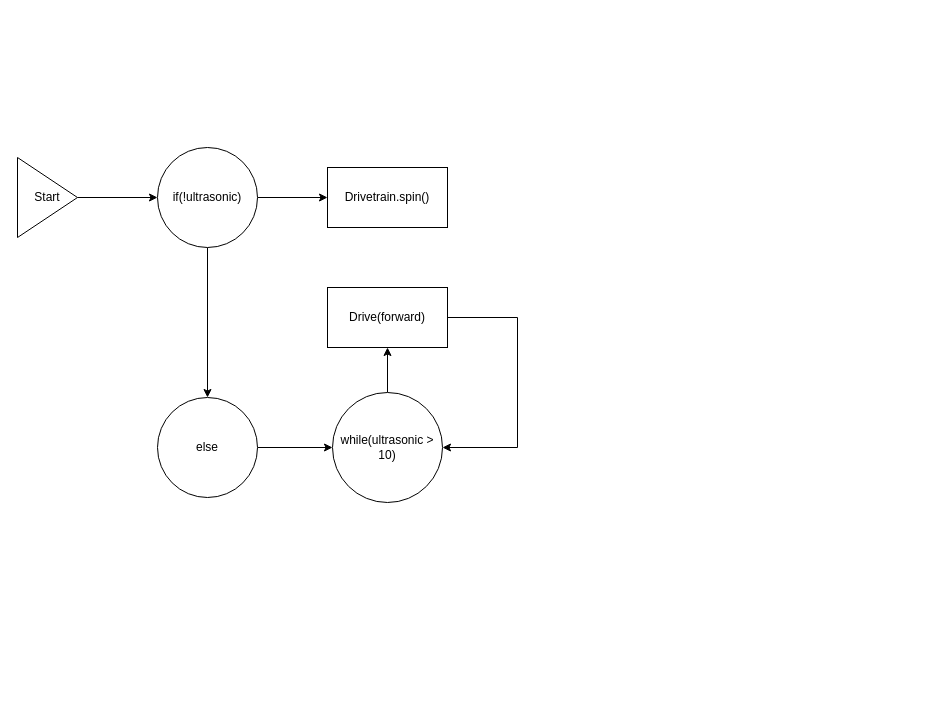
Earlier version of the draw.io diagram Lokaverk.drawio (BirgirBragi/ROB2A_V23). Source tidied: cells renumbered, new cells numbered last; positions are measured from the earlier drawing's top-left corner, leaving out a move shared by most shapes. Both pictures are drawn from the tidied source at 100%, with x=0, y=0 at pixel (17, 147).
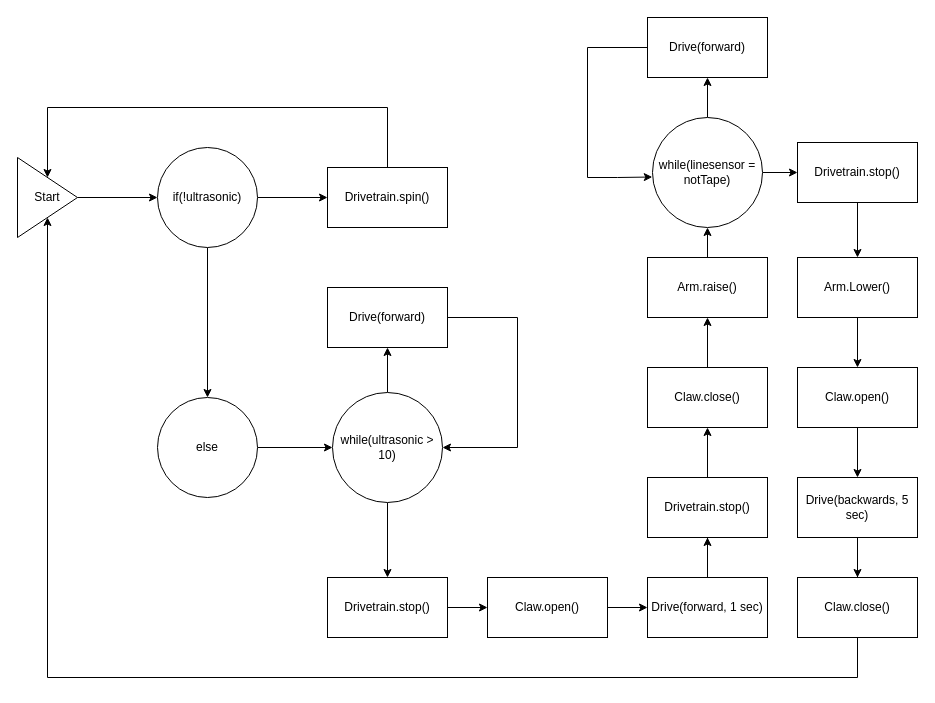
The same diagram, later.

The change refers to these unchanged cells:
```xml
<mxCell id="3" value="Start" style="triangle;whiteSpace=wrap;html=1;" parent="1" vertex="1">
  <mxGeometry y="10" width="60" height="80" as="geometry" />
</mxCell>
<mxCell id="7" value="Drivetrain.spin()" style="whiteSpace=wrap;html=1;" parent="1" vertex="1">
  <mxGeometry x="310" y="20" width="120" height="60" as="geometry" />
</mxCell>
<mxCell id="11" value="while(ultrasonic &amp;gt; 10)" style="ellipse;whiteSpace=wrap;html=1;" parent="1" vertex="1">
  <mxGeometry x="315" y="245" width="110" height="110" as="geometry" />
</mxCell>
```

Diff of the diagram source:
```diff
@@
+    <mxCell id="16" style="edgeStyle=orthogonalEdgeStyle;rounded=0;jettySize=auto;html=1;" parent="1" edge="1" source="11" target="18">
+      <mxGeometry relative="1" as="geometry" />
+    </mxCell>
@@
+    <mxCell id="17" style="edgeStyle=orthogonalEdgeStyle;rounded=0;jettySize=auto;html=1;" parent="1" edge="1" source="18" target="21">
+      <mxGeometry relative="1" as="geometry" />
+    </mxCell>
+    <mxCell id="18" value="Drivetrain.stop()" style="whiteSpace=wrap;html=1;" parent="1" vertex="1">
+      <mxGeometry x="310" y="430" width="120" height="60" as="geometry" />
+    </mxCell>
+    <mxCell id="19" style="edgeStyle=orthogonalEdgeStyle;rounded=0;orthogonalLoop=1;jettySize=auto;html=1;exitX=0.5;exitY=1;exitDx=0;exitDy=0;" parent="1" edge="1" source="18" target="18">
+      <mxGeometry relative="1" as="geometry" />
+    </mxCell>
+    <mxCell id="20" style="edgeStyle=orthogonalEdgeStyle;rounded=0;jettySize=auto;html=1;" parent="1" edge="1" source="21" target="24">
+      <mxGeometry relative="1" as="geometry" />
+    </mxCell>
+    <mxCell id="21" value="Claw.open()" style="whiteSpace=wrap;html=1;" parent="1" vertex="1">
+      <mxGeometry x="470" y="430" width="120" height="60" as="geometry" />
+    </mxCell>
+    <mxCell id="22" style="edgeStyle=orthogonalEdgeStyle;rounded=0;jettySize=auto;html=1;startArrow=none;" parent="1" edge="1" source="28" target="26">
+      <mxGeometry relative="1" as="geometry" />
+    </mxCell>
+    <mxCell id="23" style="edgeStyle=orthogonalEdgeStyle;rounded=0;jettySize=auto;html=1;" parent="1" edge="1" source="24" target="28">
+      <mxGeometry relative="1" as="geometry" />
+    </mxCell>
+    <mxCell id="24" value="Drive(forward, 1 sec)" style="rounded=0;whiteSpace=wrap;html=1;" parent="1" vertex="1">
+      <mxGeometry x="630" y="430" width="120" height="60" as="geometry" />
+    </mxCell>
+    <mxCell id="25" style="edgeStyle=orthogonalEdgeStyle;rounded=0;jettySize=auto;html=1;" parent="1" edge="1" source="26" target="30">
+      <mxGeometry relative="1" as="geometry" />
+    </mxCell>
+    <mxCell id="26" value="Claw.close()" style="whiteSpace=wrap;html=1;" parent="1" vertex="1">
+      <mxGeometry x="630" y="220" width="120" height="60" as="geometry" />
+    </mxCell>
+    <mxCell id="27" style="edgeStyle=orthogonalEdgeStyle;rounded=0;jettySize=auto;html=1;endArrow=none;" parent="1" edge="1" source="24" target="28">
+      <mxGeometry relative="1" as="geometry" />
+    </mxCell>
+    <mxCell id="28" value="Drivetrain.stop()" style="whiteSpace=wrap;html=1;" parent="1" vertex="1">
+      <mxGeometry x="630" y="330" width="120" height="60" as="geometry" />
+    </mxCell>
+    <mxCell id="29" style="edgeStyle=orthogonalEdgeStyle;rounded=0;jettySize=auto;html=1;" parent="1" edge="1" source="30" target="33">
+      <mxGeometry relative="1" as="geometry" />
+    </mxCell>
+    <mxCell id="30" value="Arm.raise()" style="whiteSpace=wrap;html=1;" parent="1" vertex="1">
+      <mxGeometry x="630" y="110" width="120" height="60" as="geometry" />
+    </mxCell>
+    <mxCell id="31" style="edgeStyle=orthogonalEdgeStyle;rounded=0;jettySize=auto;html=1;" parent="1" edge="1" source="33" target="34">
+      <mxGeometry relative="1" as="geometry" />
+    </mxCell>
+    <mxCell id="32" style="edgeStyle=orthogonalEdgeStyle;rounded=0;jettySize=auto;html=1;" parent="1" edge="1" source="33" target="39">
+      <mxGeometry relative="1" as="geometry" />
+    </mxCell>
+    <mxCell id="33" value="while(linesensor = notTape)" style="ellipse;whiteSpace=wrap;html=1;" parent="1" vertex="1">
+      <mxGeometry x="635" y="-30" width="110" height="110" as="geometry" />
+    </mxCell>
+    <mxCell id="34" value="Drive(forward)" style="rounded=0;whiteSpace=wrap;html=1;" parent="1" vertex="1">
+      <mxGeometry x="630" y="-130" width="120" height="60" as="geometry" />
+    </mxCell>
+    <mxCell id="35" style="endArrow=none;html=1;rounded=0;entryX=0;entryY=0.5;entryDx=0;entryDy=0;" parent="1" edge="1" target="34">
+      <mxGeometry relative="1" as="geometry">
+        <mxPoint x="570" y="-100" as="sourcePoint" />
+      </mxGeometry>
+    </mxCell>
+    <mxCell id="36" style="endArrow=none;html=1;rounded=0;" parent="1" edge="1">
+      <mxGeometry relative="1" as="geometry">
+        <mxPoint x="570" y="30" as="sourcePoint" />
+        <mxPoint x="570" y="-100" as="targetPoint" />
+      </mxGeometry>
+    </mxCell>
+    <mxCell id="37" style="endArrow=classic;html=1;rounded=0;entryX=-0.002;entryY=0.541;entryDx=0;entryDy=0;entryPerimeter=0;" parent="1" edge="1" target="33">
+      <mxGeometry relative="1" as="geometry">
+        <mxPoint x="570" y="30" as="sourcePoint" />
+        <Array as="points">
+          <mxPoint x="600" y="30" />
+        </Array>
+      </mxGeometry>
+    </mxCell>
+    <mxCell id="38" style="edgeStyle=orthogonalEdgeStyle;rounded=0;jettySize=auto;html=1;" parent="1" edge="1" source="39" target="41">
+      <mxGeometry relative="1" as="geometry" />
+    </mxCell>
+    <mxCell id="39" value="Drivetrain.stop()" style="whiteSpace=wrap;html=1;" parent="1" vertex="1">
+      <mxGeometry x="780" y="-5" width="120" height="60" as="geometry" />
+    </mxCell>
+    <mxCell id="40" style="edgeStyle=orthogonalEdgeStyle;rounded=0;jettySize=auto;html=1;" parent="1" edge="1" source="41" target="43">
+      <mxGeometry relative="1" as="geometry" />
+    </mxCell>
+    <mxCell id="41" value="Arm.Lower()" style="whiteSpace=wrap;html=1;" parent="1" vertex="1">
+      <mxGeometry x="780" y="110" width="120" height="60" as="geometry" />
+    </mxCell>
+    <mxCell id="42" style="edgeStyle=orthogonalEdgeStyle;rounded=0;jettySize=auto;html=1;" parent="1" edge="1" source="43" target="45">
+      <mxGeometry relative="1" as="geometry" />
+    </mxCell>
+    <mxCell id="43" value="Claw.open()" style="whiteSpace=wrap;html=1;" parent="1" vertex="1">
+      <mxGeometry x="780" y="220" width="120" height="60" as="geometry" />
+    </mxCell>
+    <mxCell id="44" style="edgeStyle=orthogonalEdgeStyle;rounded=0;jettySize=auto;html=1;entryX=0.5;entryY=0;entryDx=0;entryDy=0;" parent="1" edge="1" source="45" target="52">
+      <mxGeometry relative="1" as="geometry" />
+    </mxCell>
+    <mxCell id="45" value="Drive(backwards, 5 sec)" style="whiteSpace=wrap;html=1;" parent="1" vertex="1">
+      <mxGeometry x="780" y="330" width="120" height="60" as="geometry" />
+    </mxCell>
+    <mxCell id="46" style="endArrow=none;html=1;rounded=0;entryX=0.5;entryY=0;entryDx=0;entryDy=0;" parent="1" edge="1" target="7">
+      <mxGeometry relative="1" as="geometry">
+        <mxPoint x="370" y="-40" as="sourcePoint" />
+      </mxGeometry>
+    </mxCell>
+    <mxCell id="47" style="endArrow=none;html=1;rounded=0;" parent="1" edge="1">
+      <mxGeometry relative="1" as="geometry">
+        <mxPoint x="370" y="-40" as="sourcePoint" />
+        <mxPoint x="30" y="-40" as="targetPoint" />
+      </mxGeometry>
+    </mxCell>
+    <mxCell id="48" style="endArrow=classic;html=1;rounded=0;entryX=0.5;entryY=0;entryDx=0;entryDy=0;" parent="1" edge="1" target="3">
+      <mxGeometry relative="1" as="geometry">
+        <mxPoint x="30" y="-40" as="sourcePoint" />
+      </mxGeometry>
+    </mxCell>
+    <mxCell id="49" style="endArrow=none;html=1;rounded=0;exitX=0.5;exitY=1;exitDx=0;exitDy=0;" parent="1" edge="1" source="45">
+      <mxGeometry relative="1" as="geometry">
+        <mxPoint x="840" y="530" as="targetPoint" />
+      </mxGeometry>
+    </mxCell>
+    <mxCell id="50" style="endArrow=none;html=1;rounded=0;" parent="1" edge="1">
+      <mxGeometry relative="1" as="geometry">
+        <mxPoint x="30" y="530" as="sourcePoint" />
+        <mxPoint x="840" y="530" as="targetPoint" />
+      </mxGeometry>
+    </mxCell>
+    <mxCell id="51" style="endArrow=classic;html=1;rounded=0;entryX=0.5;entryY=1;entryDx=0;entryDy=0;" parent="1" edge="1" target="3">
+      <mxGeometry relative="1" as="geometry">
+        <mxPoint x="30" y="530" as="sourcePoint" />
+      </mxGeometry>
+    </mxCell>
+    <mxCell id="52" value="Claw.close()" style="whiteSpace=wrap;html=1;" parent="1" vertex="1">
+      <mxGeometry x="780" y="430" width="120" height="60" as="geometry" />
+    </mxCell>
```
